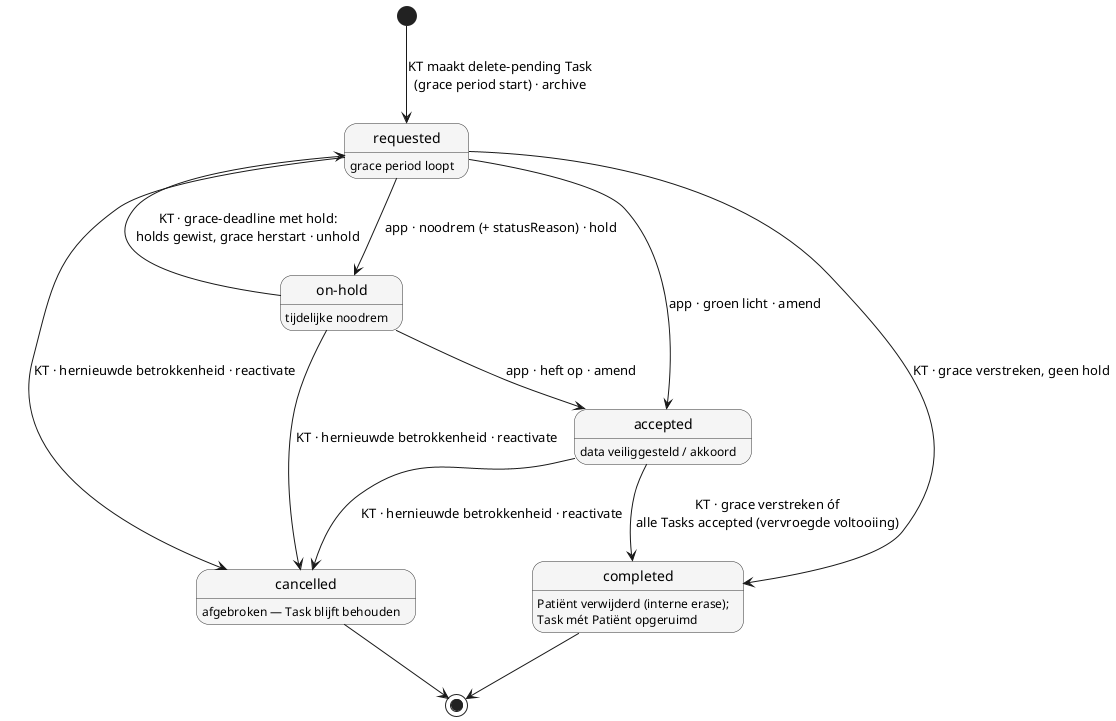
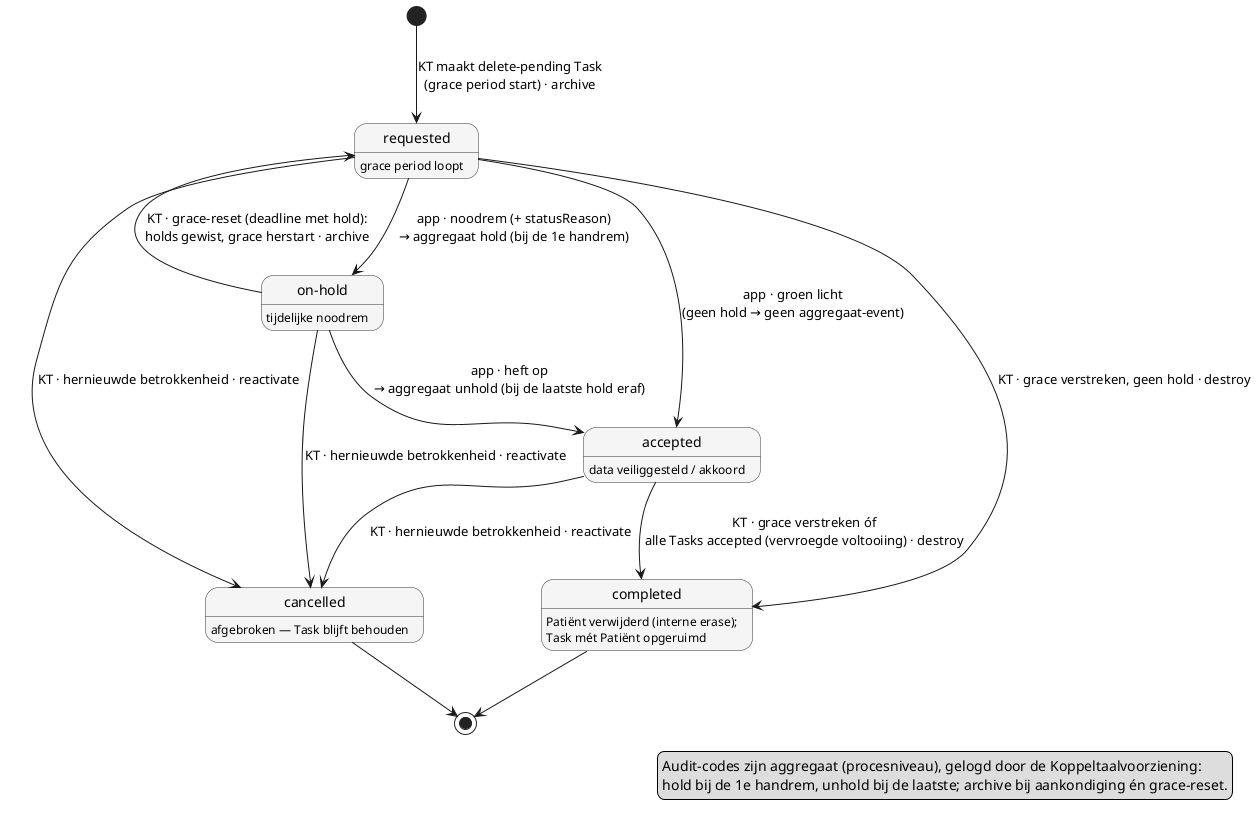
@startuml opschoning-patient-data-statusflow

skinparam state {
  BackgroundColor #f5f5f5
  BorderColor #333333
}

state "requested" as requested
state "on-hold" as on_hold
state "accepted" as accepted
state "cancelled" as cancelled
state "completed" as completed

[*] --> requested : KT maakt delete-pending Task\n(grace period start) · archive

requested : grace period loopt
- requested --> on_hold : app · noodrem (+ statusReason) · hold
- requested --> accepted : app · groen licht · amend
- requested --> completed : KT · grace verstreken, geen hold
+ requested --> on_hold : app · noodrem (+ statusReason)\n→ aggregaat hold (bij de 1e handrem)
+ requested --> accepted : app · groen licht\n(geen hold → geen aggregaat-event)
+ requested --> completed : KT · grace verstreken, geen hold · destroy

on_hold : tijdelijke noodrem
- on_hold --> accepted : app · heft op · amend
- on_hold --> requested : KT · grace-deadline met hold:\nholds gewist, grace herstart · unhold
+ on_hold --> accepted : app · heft op\n→ aggregaat unhold (bij de laatste hold eraf)
+ on_hold --> requested : KT · grace-reset (deadline met hold):\nholds gewist, grace herstart · archive

accepted : data veiliggesteld / akkoord
- accepted --> completed : KT · grace verstreken óf\nalle Tasks accepted (vervroegde voltooiing)
+ accepted --> completed : KT · grace verstreken óf\nalle Tasks accepted (vervroegde voltooiing) · destroy

requested --> cancelled : KT · hernieuwde betrokkenheid · reactivate
on_hold --> cancelled : KT · hernieuwde betrokkenheid · reactivate
accepted --> cancelled : KT · hernieuwde betrokkenheid · reactivate

cancelled : afgebroken — Task blijft behouden
cancelled --> [*]

completed : Patiënt verwijderd (interne erase);\nTask mét Patiënt opgeruimd
completed --> [*]

+ legend right
+   Audit-codes zijn aggregaat (procesniveau), gelogd door de Koppeltaalvoorziening:
+   hold bij de 1e handrem, unhold bij de laatste; archive bij aankondiging én grace-reset.
+ endlegend
+ 
@enduml
